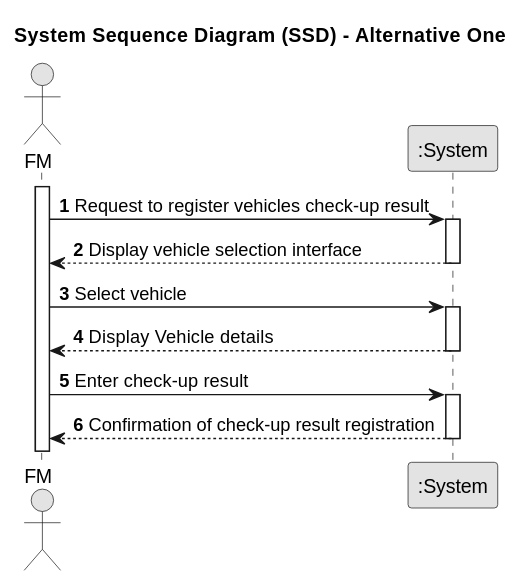
Before: docs/sprintA/us007/01.requirements-engineering/svg/us007-system-sequence-diagram-alternative-one.svg, a diagram exported from PlantUML (Departamento-de-Engenharia-Informatica/lei-24-s2-1df-1de-g063).
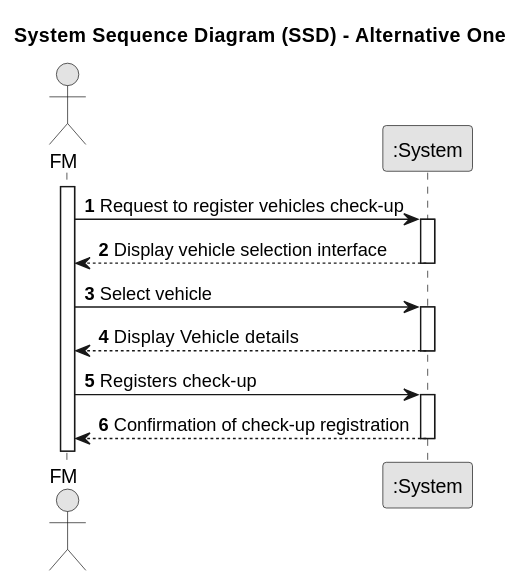
After the change.

Change to the diagram source:
```diff
@@ -12,7 +12,7 @@
 
 activate Employee
 
-    Employee -> System : Request to register vehicles check-up result
+    Employee -> System : Request to register vehicles check-up
     activate System
 
         System --> Employee : Display vehicle selection interface
@@ -24,9 +24,9 @@
         System --> Employee : Display Vehicle details
     deactivate System
 
-    Employee -> System : Enter check-up result
+    Employee -> System : Registers check-up
     activate System
 
-        System --> Employee :  Confirmation of check-up result registration
+        System --> Employee :  Confirmation of check-up registration
     deactivate System
 @enduml
```
